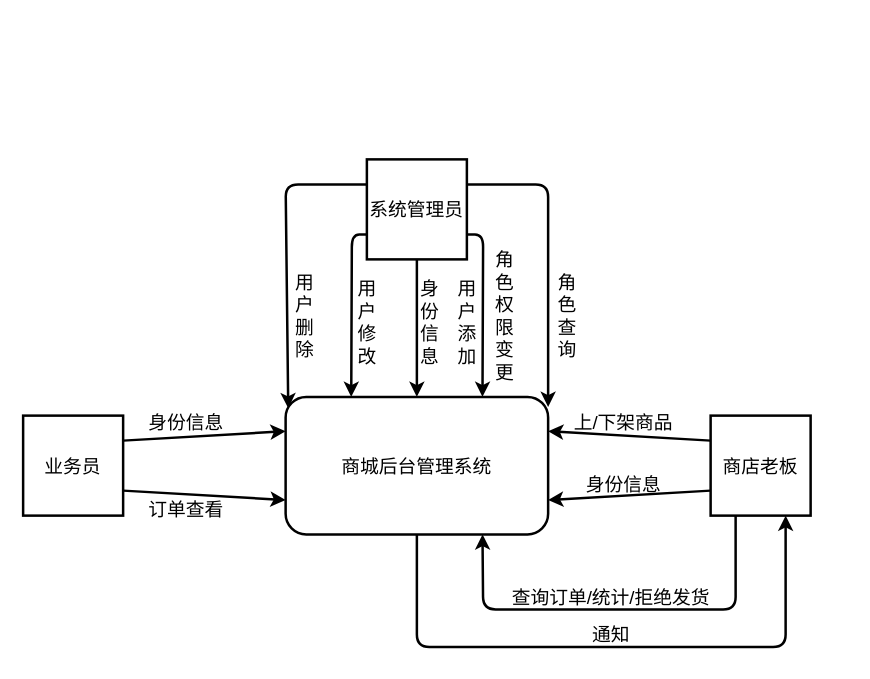
srcrs/draw-static keeps this draw.io diagram as 上下纹数据流图.drawio. Above is the earlier version. Source tidied: cells renumbered, new cells numbered last; positions are measured from the earlier drawing's top-left corner, leaving out a move shared by most shapes. Both pictures are drawn from the tidied source at 125%, with x=0, y=0 at pixel (22, 159).
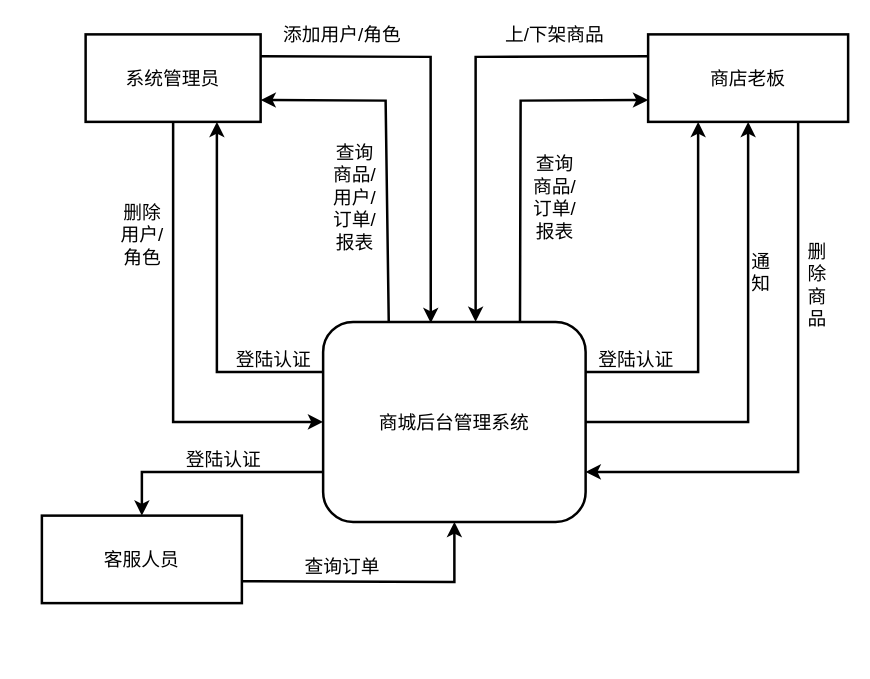
After the change.

Commit message:
更新上下纹数据流图.drawio

Change to the diagram source:
```diff
@@
     <mxCell id="2" value="商城后台管理系统" style="rounded=1;whiteSpace=wrap;html=1;strokeWidth=2;fontSize=15;" parent="1" vertex="1">
-      <mxGeometry x="210" y="190" width="210" height="110" as="geometry" />
+      <mxGeometry x="240" y="130" width="210" height="160" as="geometry" />
     </mxCell>
-    <mxCell id="3" value="系统管理员" style="whiteSpace=wrap;html=1;strokeWidth=2;fontSize=15;" parent="1" vertex="1">
-      <mxGeometry x="275" width="80" height="80" as="geometry" />
+    <mxCell id="3" value="系统管理员" style="rounded=0;whiteSpace=wrap;html=1;absoluteArcSize=1;arcSize=14;strokeWidth=2;fontSize=15;" parent="1" vertex="1">
+      <mxGeometry x="50" y="-100" width="140" height="70" as="geometry" />
     </mxCell>
+    <mxCell id="29" value="客服人员" style="rounded=0;whiteSpace=wrap;html=1;absoluteArcSize=1;arcSize=14;strokeWidth=2;fontSize=15;" parent="1" vertex="1">
+      <mxGeometry x="15" y="285" width="160" height="70" as="geometry" />
+    </mxCell>
-    <mxCell id="4" value="商店老板" style="whiteSpace=wrap;html=1;strokeWidth=2;fontSize=15;" parent="1" vertex="1">
-      <mxGeometry x="550" y="205" width="80" height="80" as="geometry" />
+    <mxCell id="4" value="商店老板" style="rounded=0;whiteSpace=wrap;html=1;absoluteArcSize=1;arcSize=14;strokeWidth=2;fontSize=15;" parent="1" vertex="1">
+      <mxGeometry x="500" y="-100" width="160" height="70" as="geometry" />
     </mxCell>
-    <mxCell id="5" value="业务员" style="whiteSpace=wrap;html=1;strokeWidth=2;fontSize=15;" parent="1" vertex="1">
-      <mxGeometry y="205" width="80" height="80" as="geometry" />
-    </mxCell>
-    <mxCell id="6" style="endArrow=classic;html=1;strokeWidth=2;entryX=0.5;entryY=0;entryDx=0;entryDy=0;exitX=0.5;exitY=1;exitDx=0;exitDy=0;fontSize=15;" parent="1" edge="1" source="3" target="2">
-      <mxGeometry relative="1" as="geometry" />
-    </mxCell>
-    <mxCell id="7" value="身&lt;br style=&quot;font-size: 15px;&quot;&gt;份&lt;br style=&quot;font-size: 15px;&quot;&gt;信&lt;br style=&quot;font-size: 15px;&quot;&gt;息" style="text;html=1;align=center;verticalAlign=middle;fontSize=15;" parent="1" vertex="1">
-      <mxGeometry x="310" y="90" width="30" height="80" as="geometry" />
-    </mxCell>
-    <mxCell id="8" style="endArrow=classic;html=1;strokeWidth=2;exitX=1;exitY=0.75;exitDx=0;exitDy=0;entryX=0.75;entryY=0;entryDx=0;entryDy=0;fontSize=15;" parent="1" edge="1" source="3" target="2">
-      <mxGeometry relative="1" as="geometry">
-        <Array as="points">
-          <mxPoint x="368" y="60" />
-        </Array>
-      </mxGeometry>
-    </mxCell>
-    <mxCell id="9" value="用&lt;br style=&quot;font-size: 15px;&quot;&gt;户&lt;br style=&quot;font-size: 15px;&quot;&gt;添&lt;br style=&quot;font-size: 15px;&quot;&gt;加" style="text;html=1;align=center;verticalAlign=middle;fontSize=15;" parent="1" vertex="1">
-      <mxGeometry x="340" y="90" width="30" height="80" as="geometry" />
-    </mxCell>
-    <mxCell id="10" value="用&lt;br style=&quot;font-size: 15px;&quot;&gt;户&lt;br style=&quot;font-size: 15px;&quot;&gt;修&lt;br style=&quot;font-size: 15px;&quot;&gt;改" style="text;html=1;align=center;verticalAlign=middle;fontSize=15;" parent="1" vertex="1">
-      <mxGeometry x="260" y="90" width="30" height="80" as="geometry" />
-    </mxCell>
-    <mxCell id="11" value="用&lt;br style=&quot;font-size: 15px;&quot;&gt;户&lt;br style=&quot;font-size: 15px;&quot;&gt;删&lt;br style=&quot;font-size: 15px;&quot;&gt;除" style="text;html=1;align=center;verticalAlign=middle;fontSize=15;" parent="1" vertex="1">
-      <mxGeometry x="210" y="85" width="30" height="80" as="geometry" />
-    </mxCell>
-    <mxCell id="12" value="角&lt;br style=&quot;font-size: 15px;&quot;&gt;色&lt;br style=&quot;font-size: 15px;&quot;&gt;查&lt;br style=&quot;font-size: 15px;&quot;&gt;询" style="text;html=1;align=center;verticalAlign=middle;fontSize=15;" parent="1" vertex="1">
-      <mxGeometry x="420" y="85" width="30" height="80" as="geometry" />
-    </mxCell>
-    <mxCell id="13" value="角&lt;br style=&quot;font-size: 15px;&quot;&gt;色&lt;br style=&quot;font-size: 15px;&quot;&gt;权&lt;br style=&quot;font-size: 15px;&quot;&gt;限&lt;br style=&quot;font-size: 15px;&quot;&gt;变&lt;br style=&quot;font-size: 15px;&quot;&gt;更" style="text;html=1;align=center;verticalAlign=middle;fontSize=15;" parent="1" vertex="1">
-      <mxGeometry x="370" y="70" width="30" height="110" as="geometry" />
-    </mxCell>
-    <mxCell id="14" style="endArrow=classic;html=1;strokeWidth=2;exitX=0;exitY=0.75;exitDx=0;exitDy=0;entryX=0.25;entryY=0;entryDx=0;entryDy=0;fontSize=15;" parent="1" edge="1" source="3" target="2">
-      <mxGeometry relative="1" as="geometry">
-        <Array as="points">
-          <mxPoint x="263" y="60" />
-        </Array>
-      </mxGeometry>
-    </mxCell>
-    <mxCell id="15" style="endArrow=classic;html=1;strokeWidth=2;exitX=1;exitY=0.25;exitDx=0;exitDy=0;entryX=1;entryY=0.073;entryDx=0;entryDy=0;entryPerimeter=0;fontSize=15;" parent="1" edge="1" source="3" target="2">
-      <mxGeometry relative="1" as="geometry">
-        <Array as="points">
-          <mxPoint x="420" y="20" />
-        </Array>
-      </mxGeometry>
-    </mxCell>
-    <mxCell id="16" style="endArrow=classic;html=1;strokeWidth=2;exitX=0;exitY=0.25;exitDx=0;exitDy=0;entryX=0.01;entryY=0.082;entryDx=0;entryDy=0;entryPerimeter=0;fontSize=15;" parent="1" edge="1" source="3" target="2">
-      <mxGeometry relative="1" as="geometry">
-        <Array as="points">
-          <mxPoint x="210" y="20" />
-        </Array>
-      </mxGeometry>
-    </mxCell>
-    <mxCell id="17" style="endArrow=classic;html=1;strokeWidth=2;exitX=1;exitY=0.25;exitDx=0;exitDy=0;entryX=0;entryY=0.25;entryDx=0;entryDy=0;fontSize=15;" parent="1" edge="1" source="5" target="2">
-      <mxGeometry relative="1" as="geometry" />
-    </mxCell>
-    <mxCell id="18" value="身份信息" style="text;html=1;align=center;verticalAlign=middle;fontSize=15;" parent="1" vertex="1">
-      <mxGeometry x="90" y="200" width="80" height="20" as="geometry" />
-    </mxCell>
-    <mxCell id="19" style="endArrow=classic;html=1;strokeWidth=2;exitX=1;exitY=0.75;exitDx=0;exitDy=0;entryX=0;entryY=0.75;entryDx=0;entryDy=0;fontSize=15;" parent="1" edge="1" source="5" target="2">
-      <mxGeometry relative="1" as="geometry" />
-    </mxCell>
-    <mxCell id="20" value="订单查看" style="text;html=1;align=center;verticalAlign=middle;fontSize=15;" parent="1" vertex="1">
-      <mxGeometry x="90" y="270" width="80" height="20" as="geometry" />
-    </mxCell>
-    <mxCell id="21" style="endArrow=classic;html=1;strokeWidth=2;entryX=1;entryY=0.25;entryDx=0;entryDy=0;fontSize=15;" parent="1" edge="1" target="2">
-      <mxGeometry relative="1" as="geometry">
-        <mxPoint x="550" y="225" as="sourcePoint" />
-      </mxGeometry>
-    </mxCell>
-    <mxCell id="22" style="endArrow=classic;html=1;strokeWidth=2;exitX=0.5;exitY=1;exitDx=0;exitDy=0;entryX=0.75;entryY=1;entryDx=0;entryDy=0;fontSize=15;" parent="1" edge="1" source="2" target="4">
-      <mxGeometry relative="1" as="geometry">
-        <Array as="points">
-          <mxPoint x="315" y="390" />
-          <mxPoint x="470" y="390" />
-          <mxPoint x="610" y="390" />
-        </Array>
-      </mxGeometry>
-    </mxCell>
-    <mxCell id="23" style="endArrow=classic;html=1;strokeWidth=2;exitX=0;exitY=0.75;exitDx=0;exitDy=0;entryX=1;entryY=0.75;entryDx=0;entryDy=0;fontSize=15;" parent="1" edge="1" source="4" target="2">
-      <mxGeometry relative="1" as="geometry" />
-    </mxCell>
+    <mxCell id="30" style="endArrow=classic;html=1;fontSize=15;strokeWidth=2;exitX=1;exitY=0.25;exitDx=0;exitDy=0;entryX=0.41;entryY=0.006;entryDx=0;entryDy=0;entryPerimeter=0;rounded=0;" parent="1" edge="1" source="3" target="2">
+      <mxGeometry relative="1" as="geometry">
+        <Array as="points">
+          <mxPoint x="326" y="-82" />
+        </Array>
+      </mxGeometry>
+    </mxCell>
+    <mxCell id="31" style="endArrow=classic;html=1;fontSize=15;strokeWidth=2;entryX=1;entryY=0.75;entryDx=0;entryDy=0;exitX=0.25;exitY=0;exitDx=0;exitDy=0;rounded=0;" parent="1" edge="1" source="2" target="3">
+      <mxGeometry relative="1" as="geometry">
+        <Array as="points">
+          <mxPoint x="290" y="-47" />
+        </Array>
+      </mxGeometry>
+    </mxCell>
+    <mxCell id="32" style="endArrow=classic;html=1;fontSize=15;strokeWidth=2;entryX=0.75;entryY=1;entryDx=0;entryDy=0;exitX=0;exitY=0.25;exitDx=0;exitDy=0;rounded=0;" parent="1" edge="1" source="2" target="3">
+      <mxGeometry relative="1" as="geometry">
+        <Array as="points">
+          <mxPoint x="155" y="170" />
+        </Array>
+      </mxGeometry>
+    </mxCell>
+    <mxCell id="33" value="查询&lt;br&gt;商品/&lt;br&gt;用户/&lt;br&gt;订单/&lt;br&gt;报表" style="text;html=1;align=center;verticalAlign=middle;strokeColor=none;fontSize=15;" parent="1" vertex="1">
+      <mxGeometry x="240" y="-20" width="50" height="100" as="geometry" />
+    </mxCell>
+    <mxCell id="34" value="添加用户/角色" style="text;html=1;align=center;verticalAlign=middle;strokeColor=none;fontSize=15;" parent="1" vertex="1">
+      <mxGeometry x="200" y="-110" width="110" height="20" as="geometry" />
+    </mxCell>
+    <mxCell id="35" value="登陆认证" style="text;html=1;align=center;verticalAlign=middle;strokeColor=none;fontSize=15;" parent="1" vertex="1">
+      <mxGeometry x="160" y="150" width="80" height="20" as="geometry" />
+    </mxCell>
+    <mxCell id="36" style="endArrow=classic;html=1;fontSize=15;strokeWidth=2;exitX=0;exitY=0.25;exitDx=0;exitDy=0;rounded=0;" parent="1" edge="1" source="4">
+      <mxGeometry relative="1" as="geometry">
+        <mxPoint x="362" y="130" as="targetPoint" />
+        <Array as="points">
+          <mxPoint x="362" y="-82" />
+        </Array>
+      </mxGeometry>
+    </mxCell>
-    <mxCell id="24" value="上/下架商品" style="text;html=1;align=center;verticalAlign=middle;fontSize=15;" parent="1" vertex="1">
-      <mxGeometry x="435" y="200" width="90" height="20" as="geometry" />
+    <mxCell id="24" value="上/下架商品" style="text;html=1;align=center;verticalAlign=middle;strokeColor=none;fontSize=15;" parent="1" vertex="1">
+      <mxGeometry x="380" y="-110" width="90" height="20" as="geometry" />
     </mxCell>
-    <mxCell id="25" value="通知" style="text;html=1;align=center;verticalAlign=middle;fontSize=15;" parent="1" vertex="1">
-      <mxGeometry x="445" y="370" width="50" height="20" as="geometry" />
-    </mxCell>
-    <mxCell id="26" value="查询订单/统计/拒绝发货" style="text;html=1;align=center;verticalAlign=middle;fontSize=15;" parent="1" vertex="1">
-      <mxGeometry x="385" y="340" width="170" height="20" as="geometry" />
-    </mxCell>
-    <mxCell id="27" style="endArrow=classic;html=1;strokeWidth=2;exitX=0.25;exitY=1;exitDx=0;exitDy=0;entryX=0.75;entryY=1;entryDx=0;entryDy=0;fontSize=15;" parent="1" edge="1" source="4" target="2">
-      <mxGeometry relative="1" as="geometry">
-        <Array as="points">
-          <mxPoint x="570" y="360" />
-          <mxPoint x="368" y="360" />
-        </Array>
-      </mxGeometry>
-    </mxCell>
-    <mxCell id="28" value="身份信息" style="text;html=1;align=center;verticalAlign=middle;fontSize=15;" parent="1" vertex="1">
-      <mxGeometry x="440" y="250" width="80" height="20" as="geometry" />
-    </mxCell>
+    <mxCell id="37" style="endArrow=classic;html=1;fontSize=15;strokeWidth=2;exitX=0.75;exitY=0;exitDx=0;exitDy=0;entryX=0;entryY=0.75;entryDx=0;entryDy=0;rounded=0;" parent="1" edge="1" source="2" target="4">
+      <mxGeometry relative="1" as="geometry">
+        <Array as="points">
+          <mxPoint x="398" y="-47" />
+        </Array>
+      </mxGeometry>
+    </mxCell>
+    <mxCell id="38" value="查询&lt;br&gt;商品/&lt;br&gt;订单/&lt;br&gt;报表" style="text;html=1;align=center;verticalAlign=middle;strokeColor=none;fontSize=15;" parent="1" vertex="1">
+      <mxGeometry x="400" y="-10" width="50" height="80" as="geometry" />
+    </mxCell>
+    <mxCell id="39" style="endArrow=classic;html=1;fontSize=15;strokeWidth=2;exitX=1;exitY=0.25;exitDx=0;exitDy=0;entryX=0.25;entryY=1;entryDx=0;entryDy=0;rounded=0;" parent="1" edge="1" source="2" target="4">
+      <mxGeometry relative="1" as="geometry">
+        <Array as="points">
+          <mxPoint x="540" y="170" />
+        </Array>
+      </mxGeometry>
+    </mxCell>
+    <mxCell id="40" value="登陆认证" style="text;html=1;align=center;verticalAlign=middle;strokeColor=none;fontSize=15;" parent="1" vertex="1">
+      <mxGeometry x="450" y="150" width="80" height="20" as="geometry" />
+    </mxCell>
+    <mxCell id="41" style="endArrow=classic;html=1;fontSize=15;strokeWidth=2;exitX=1;exitY=0.5;exitDx=0;exitDy=0;entryX=0.5;entryY=1;entryDx=0;entryDy=0;rounded=0;" parent="1" edge="1" source="2" target="4">
+      <mxGeometry relative="1" as="geometry">
+        <Array as="points">
+          <mxPoint x="580" y="210" />
+        </Array>
+      </mxGeometry>
+    </mxCell>
+    <mxCell id="42" value="通&lt;br&gt;知" style="text;html=1;align=center;verticalAlign=middle;strokeColor=none;fontSize=15;" parent="1" vertex="1">
+      <mxGeometry x="575" y="70" width="30" height="40" as="geometry" />
+    </mxCell>
+    <mxCell id="43" style="endArrow=classic;html=1;fontSize=15;strokeWidth=2;entryX=0;entryY=0.5;entryDx=0;entryDy=0;exitX=0.5;exitY=1;exitDx=0;exitDy=0;rounded=0;" parent="1" edge="1" source="3" target="2">
+      <mxGeometry relative="1" as="geometry">
+        <Array as="points">
+          <mxPoint x="120" y="210" />
+        </Array>
+      </mxGeometry>
+    </mxCell>
+    <mxCell id="44" value="删除&lt;br&gt;用户/&lt;br&gt;角色" style="text;html=1;align=center;verticalAlign=middle;strokeColor=none;fontSize=15;" parent="1" vertex="1">
+      <mxGeometry x="70" y="30" width="50" height="60" as="geometry" />
+    </mxCell>
+    <mxCell id="45" style="endArrow=classic;html=1;fontSize=15;strokeWidth=2;exitX=0.75;exitY=1;exitDx=0;exitDy=0;entryX=1;entryY=0.75;entryDx=0;entryDy=0;rounded=0;" parent="1" edge="1" source="4" target="2">
+      <mxGeometry relative="1" as="geometry">
+        <Array as="points">
+          <mxPoint x="620" y="250" />
+        </Array>
+      </mxGeometry>
+    </mxCell>
+    <mxCell id="46" value="删&lt;br&gt;除&lt;br&gt;商&lt;br&gt;品" style="text;html=1;align=center;verticalAlign=middle;strokeColor=none;fontSize=15;" parent="1" vertex="1">
+      <mxGeometry x="620" y="60" width="30" height="80" as="geometry" />
+    </mxCell>
+    <mxCell id="47" value="登陆认证" style="text;html=1;align=center;verticalAlign=middle;strokeColor=none;fontSize=15;" parent="1" vertex="1">
+      <mxGeometry x="120" y="230" width="80" height="20" as="geometry" />
+    </mxCell>
+    <mxCell id="48" style="endArrow=classic;html=1;fontSize=15;strokeWidth=2;exitX=0;exitY=0.75;exitDx=0;exitDy=0;entryX=0.5;entryY=0;entryDx=0;entryDy=0;rounded=0;" parent="1" edge="1" source="2" target="29">
+      <mxGeometry relative="1" as="geometry">
+        <Array as="points">
+          <mxPoint x="95" y="250" />
+        </Array>
+      </mxGeometry>
+    </mxCell>
+    <mxCell id="49" style="endArrow=classic;html=1;fontSize=15;strokeWidth=2;exitX=1;exitY=0.75;exitDx=0;exitDy=0;entryX=0.5;entryY=1;entryDx=0;entryDy=0;rounded=0;" parent="1" edge="1" source="29" target="2">
+      <mxGeometry relative="1" as="geometry">
+        <Array as="points">
+          <mxPoint x="345" y="338" />
+        </Array>
+      </mxGeometry>
+    </mxCell>
+    <mxCell id="50" value="查询订单" style="text;html=1;align=center;verticalAlign=middle;strokeColor=none;fontSize=15;" parent="1" vertex="1">
+      <mxGeometry x="215" y="315" width="80" height="20" as="geometry" />
+    </mxCell>
```
